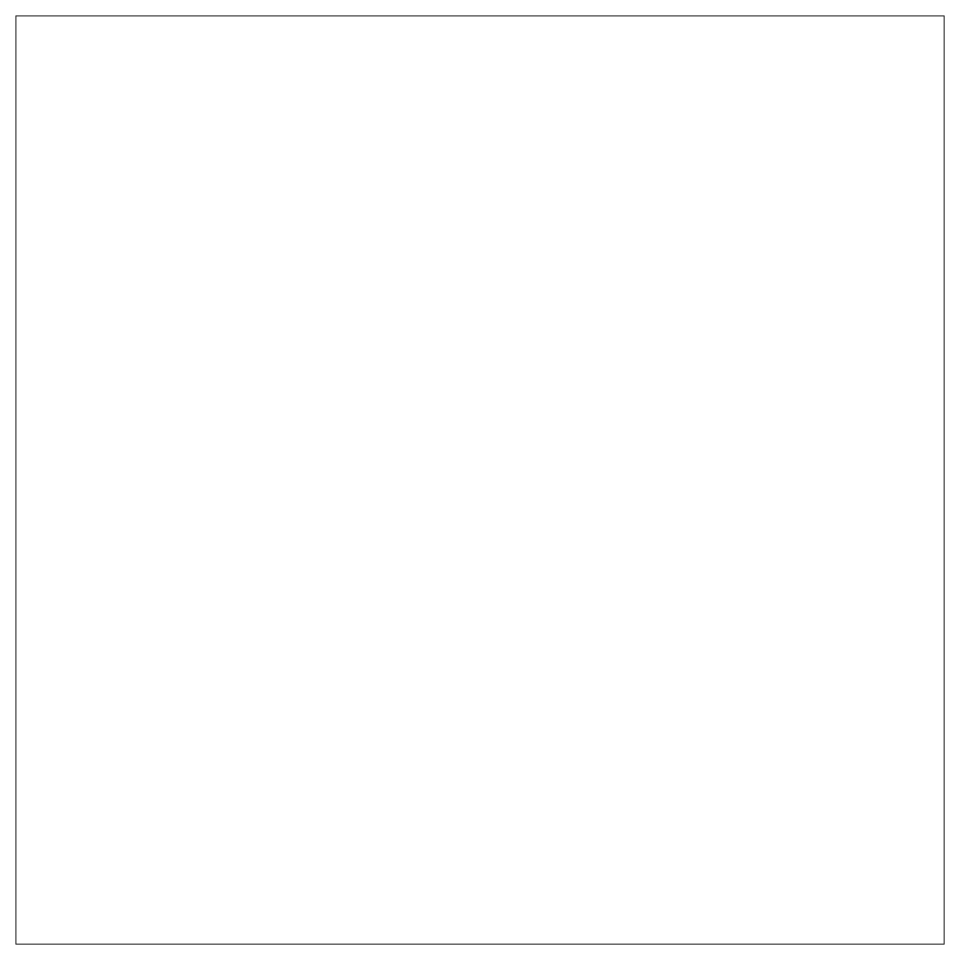
Above: Diagrams/System Context.drawio in mekuro9/PWAO-CSU (draw.io), before the change. Source tidied: cells renumbered, new cells numbered last; positions are measured from the earlier drawing's top-left corner, leaving out a move shared by most shapes. Both pictures are drawn from the tidied source at 91%, with x=0, y=0 at pixel (15, 15).
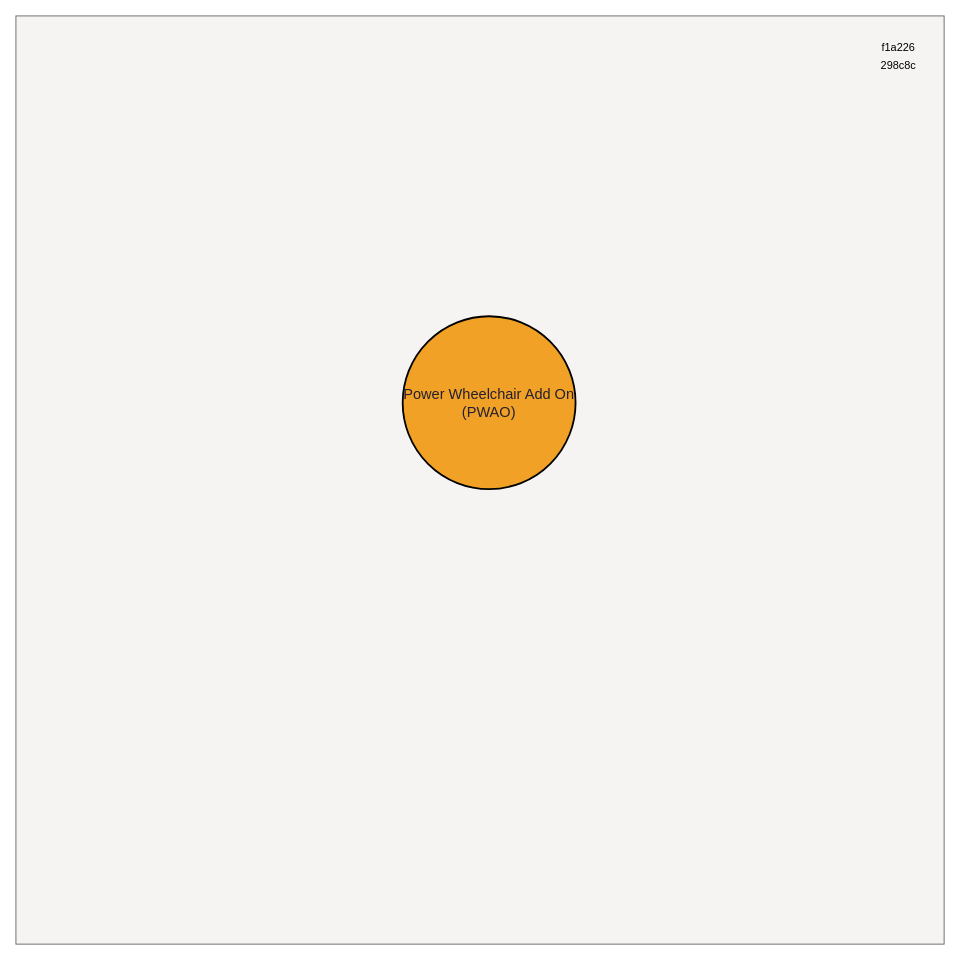
Above is the later version.

Diff of the diagram source:
```diff
@@
 <mxGraphModel>
   <root>
     <mxCell id="0" />
     <mxCell id="1" parent="0" />
-    <mxCell id="2" style="whiteSpace=wrap;html=1;" parent="1" vertex="1">
+    <mxCell id="2" style="whiteSpace=wrap;html=1;fillColor=#F5F4F3;strokeColor=#666666;fontColor=#333333;" parent="1" vertex="1">
       <mxGeometry width="1020" height="1020" as="geometry" />
     </mxCell>
+    <mxCell id="3" value="&lt;font color=&quot;#241f31&quot; style=&quot;font-size: 16px;&quot;&gt;Power Wheelchair Add On&lt;br&gt;(PWAO)&lt;/font&gt;" style="ellipse;whiteSpace=wrap;html=1;fillColor=#f1a226;strokeColor=#000000;strokeWidth=2;" parent="1" vertex="1">
+      <mxGeometry x="425" y="330" width="190" height="190" as="geometry" />
+    </mxCell>
+    <mxCell id="4" value="f1a226" style="text;html=1;align=center;verticalAlign=middle;whiteSpace=wrap;rounded=0;" parent="1" vertex="1">
+      <mxGeometry x="940" y="20" width="60" height="30" as="geometry" />
+    </mxCell>
+    <mxCell id="5" value="298c8c" style="text;html=1;align=center;verticalAlign=middle;whiteSpace=wrap;rounded=0;" parent="1" vertex="1">
+      <mxGeometry x="940" y="40" width="60" height="30" as="geometry" />
+    </mxCell>
   </root>
 </mxGraphModel>
```
